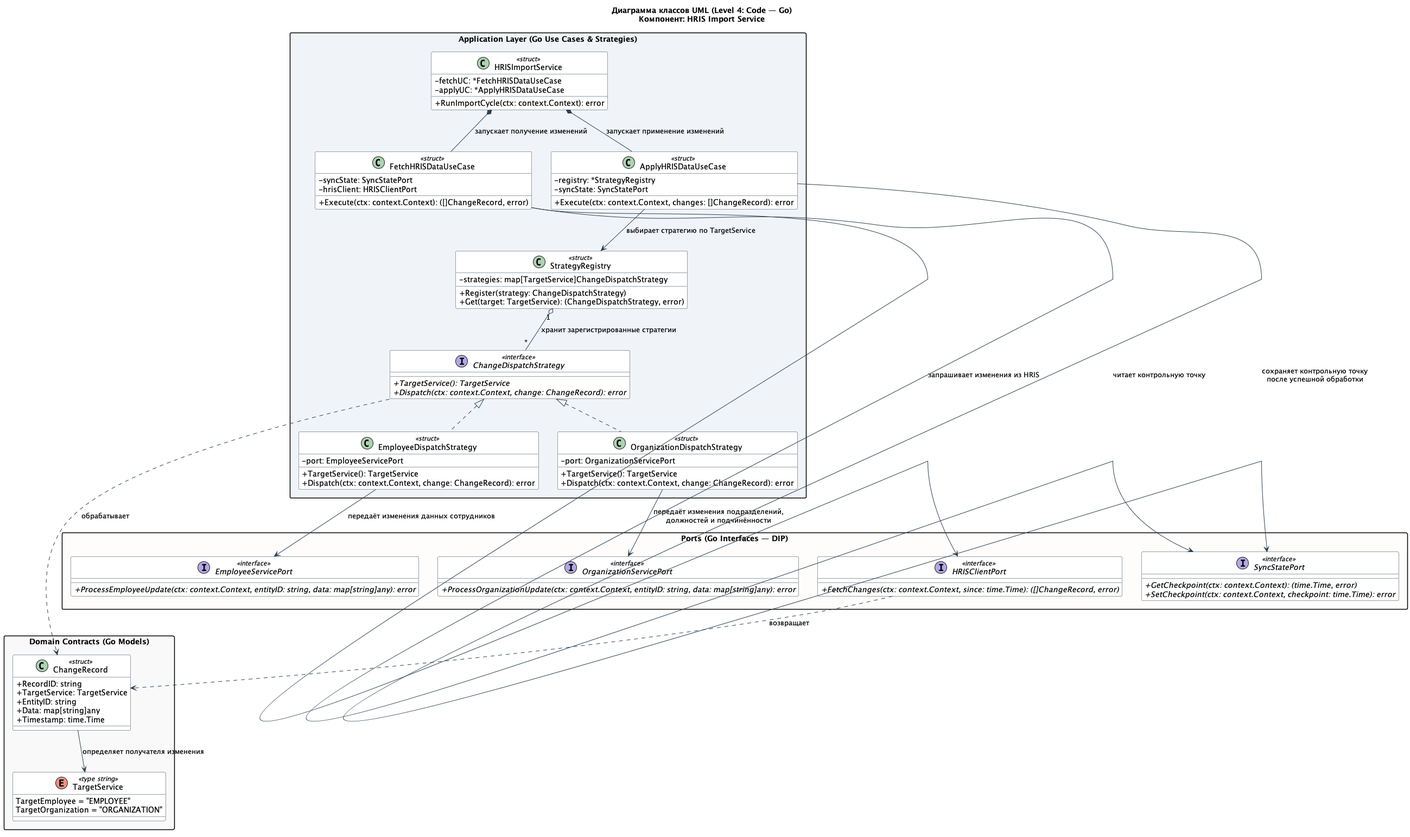
Before: diagrams/UML_L4/HRIS_Import_Service_L4.png, a diagram exported from PlantUML (plafon05/IDPPlatformC4Model).
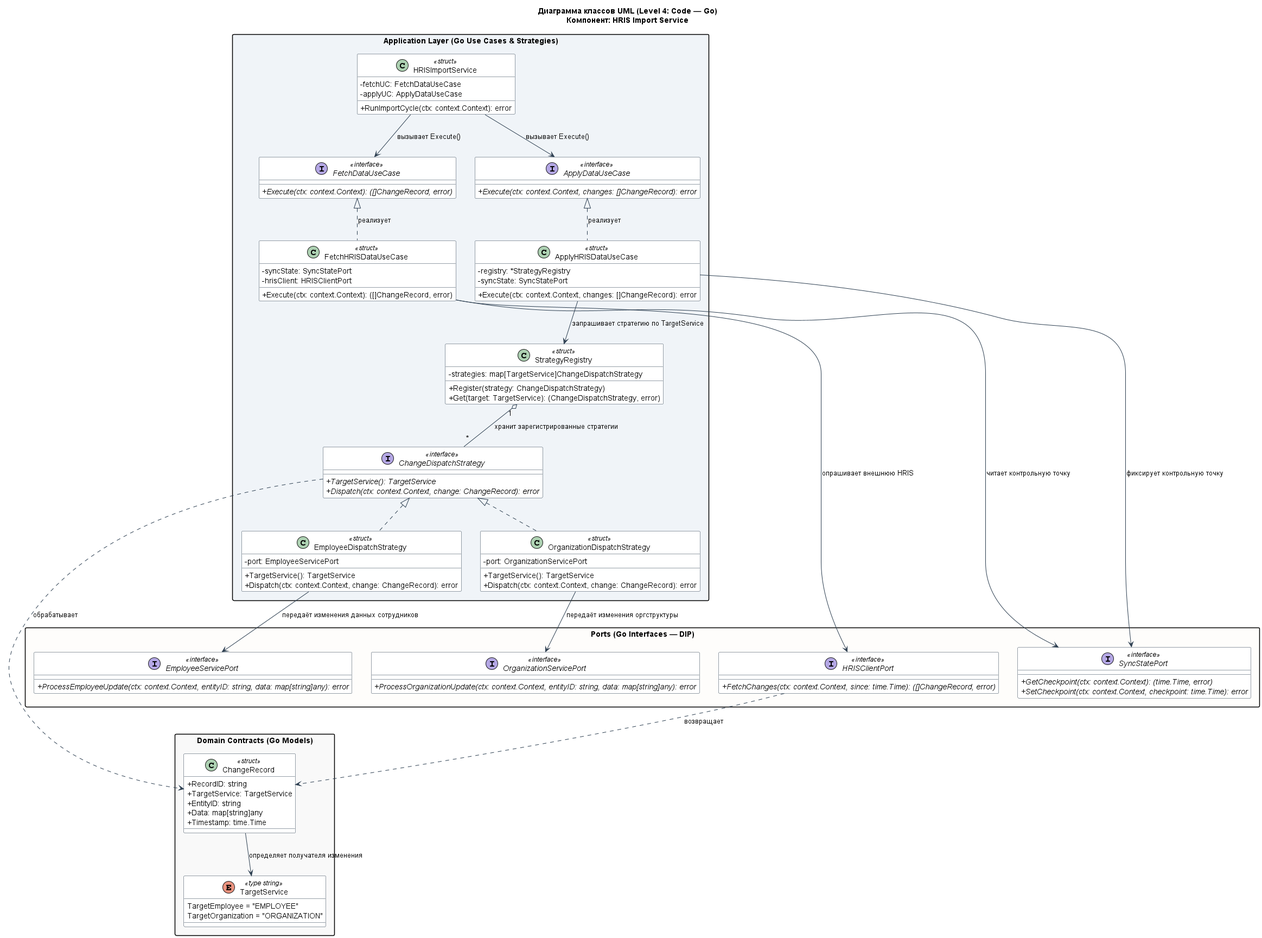
After the change.

Commit message:
Синхронизация L4 диаграммы и Go-кода HRIS Import: удаление ролей из импорта (назначение внутри IDP)

Diff of the diagram source:
```diff
@@ -45,9 +45,17 @@
 }
 
 package "Application Layer (Go Use Cases & Strategies)" #F0F4F8 {
+    interface FetchDataUseCase <<interface>> {
+        + {abstract} Execute(ctx: context.Context): ([]ChangeRecord, error)
+    }
+
+    interface ApplyDataUseCase <<interface>> {
+        + {abstract} Execute(ctx: context.Context, changes: []ChangeRecord): error
+    }
+
     class HRISImportService <<struct>> {
-        - fetchUC: *FetchHRISDataUseCase
-        - applyUC: *ApplyHRISDataUseCase
+        - fetchUC: FetchDataUseCase
+        - applyUC: ApplyDataUseCase
         + RunImportCycle(ctx: context.Context): error
     }
 
@@ -91,17 +99,19 @@
 ChangeDispatchStrategy <|.. OrganizationDispatchStrategy
 
 EmployeeDispatchStrategy --> EmployeeServicePort : передаёт изменения данных сотрудников
-OrganizationDispatchStrategy --> OrganizationServicePort : передаёт изменения подразделений,\nдолжностей и подчинённости
+OrganizationDispatchStrategy --> OrganizationServicePort : передаёт изменения оргструктуры
 
-FetchHRISDataUseCase --> HRISClientPort : запрашивает изменения из HRIS
+FetchHRISDataUseCase --> HRISClientPort : опрашивает внешнюю HRIS
 FetchHRISDataUseCase --> SyncStatePort : читает контрольную точку
-ApplyHRISDataUseCase --> SyncStatePort : сохраняет контрольную точку\nпосле успешной обработки
-ApplyHRISDataUseCase --> StrategyRegistry : выбирает стратегию по TargetService
+ApplyHRISDataUseCase --> SyncStatePort : фиксирует контрольную точку
+ApplyHRISDataUseCase --> StrategyRegistry : запрашивает стратегию по TargetService
 
 StrategyRegistry "1" o-- "*" ChangeDispatchStrategy : хранит зарегистрированные стратегии
 
-HRISImportService *-- FetchHRISDataUseCase : запускает получение изменений
-HRISImportService *-- ApplyHRISDataUseCase : запускает применение изменений
+HRISImportService --> FetchDataUseCase : вызывает Execute()
+HRISImportService --> ApplyDataUseCase : вызывает Execute()
+FetchDataUseCase <|.. FetchHRISDataUseCase : реализует
+ApplyDataUseCase <|.. ApplyHRISDataUseCase : реализует
 
 ChangeDispatchStrategy ..> ChangeRecord : обрабатывает
 HRISClientPort ..> ChangeRecord : возвращает
```
